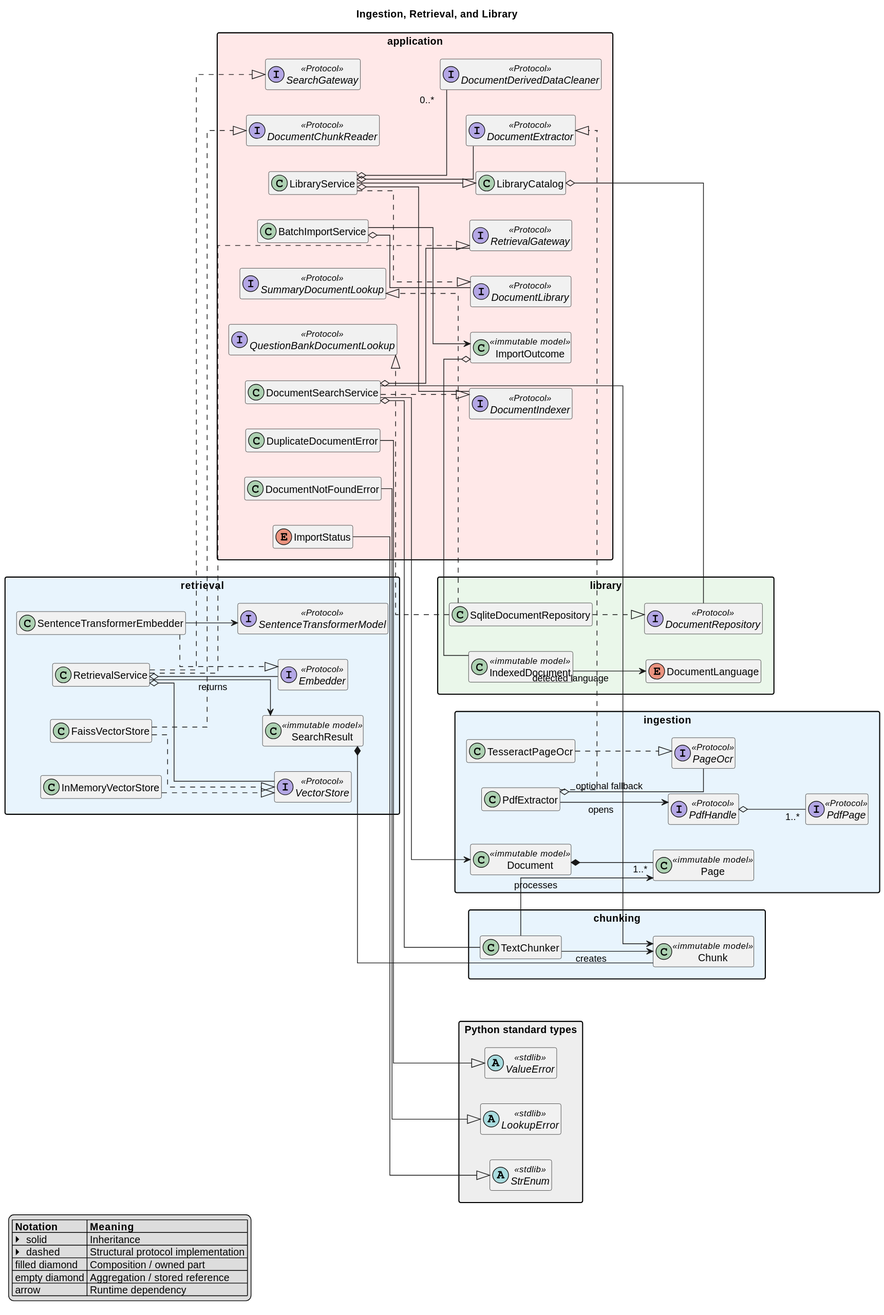
Before: docs/diagrams/ingestion-retrieval-library.svg, a diagram exported from PlantUML (ebe542/rag-learning-assistant).
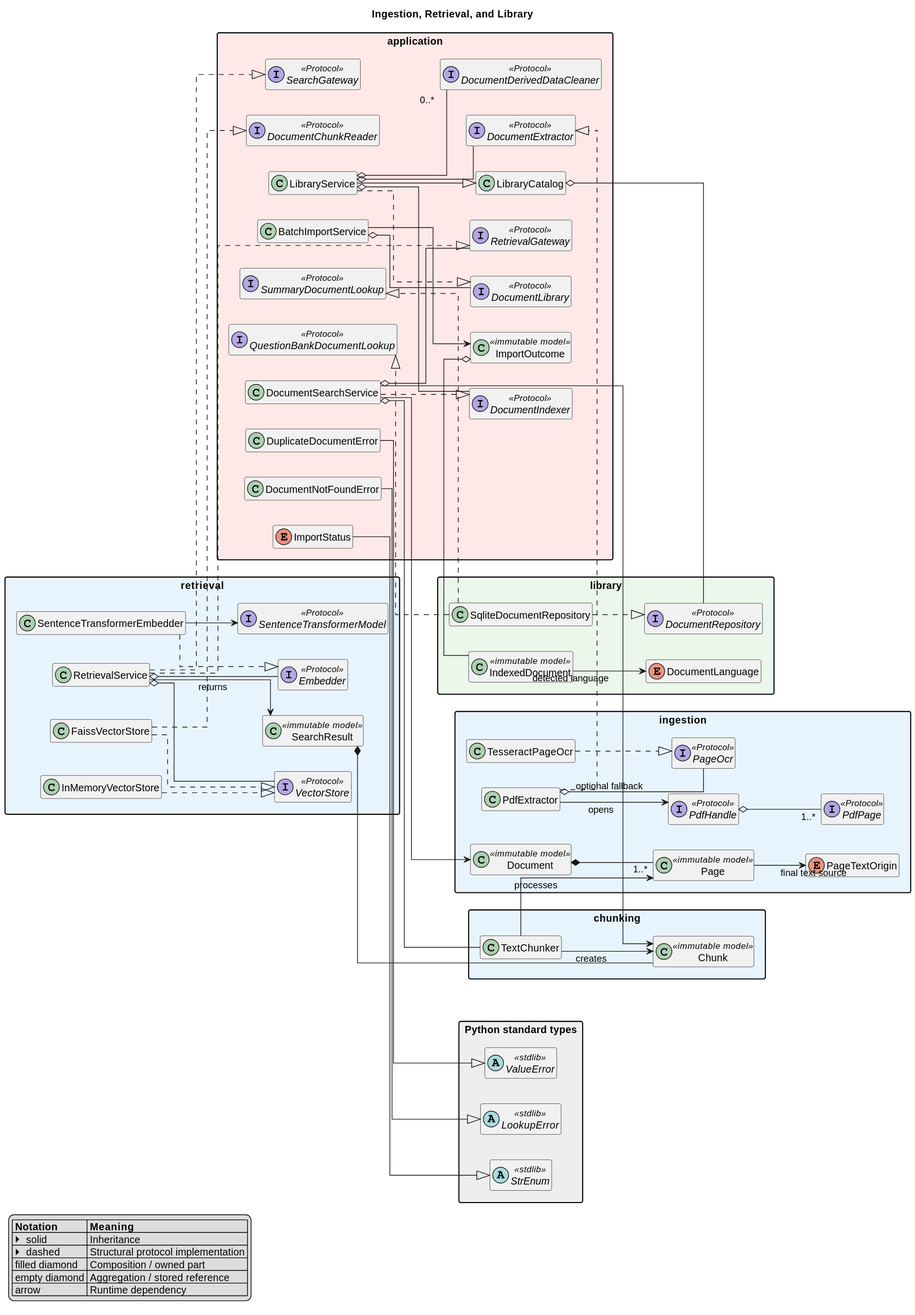
After the change.

Commit message:
feat(ingestion): track page text origin

Diff of the diagram source:
```diff
@@ -10,6 +10,7 @@
 }
 
 package "ingestion" #E8F4FD {
+  enum PageTextOrigin
   class Page <<immutable model>>
   class Document <<immutable model>>
   interface PdfPage <<Protocol>>
@@ -61,6 +62,7 @@
 }
 
 Document *-- "1..*" Page
+Page --> PageTextOrigin : final text source
 PdfHandle o-- "1..*" PdfPage
 PdfExtractor --> PdfHandle : opens
 PdfExtractor o-- PageOcr : optional fallback
```
